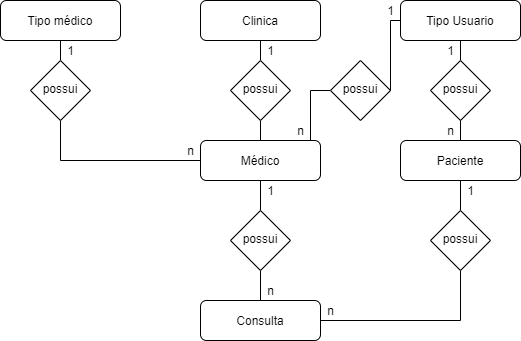
The draw.io diagram SP Medical Group/MER/Modelo conceitual.png in AnaLauraFeltrim/Exerc-cios2-semestreSQL, before a commit. Source tidied: cells renumbered, new cells last; positions are measured from the earlier drawing's top-left corner, leaving out a move shared by most shapes.
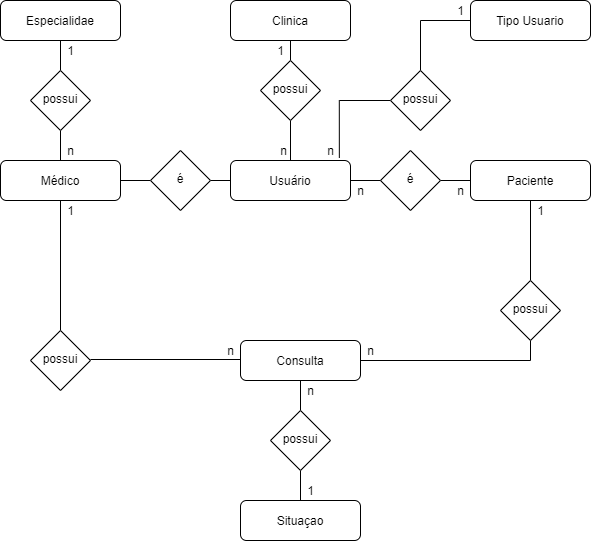
After the change.

What changed in the source:
```diff
@@ -6,112 +6,156 @@
       <mxGeometry relative="1" as="geometry" />
     </mxCell>
     <mxCell id="3" value="Clinica" style="rounded=1;whiteSpace=wrap;html=1;fontSize=12;glass=0;strokeWidth=1;shadow=0;" parent="1" vertex="1">
-      <mxGeometry x="200" width="120" height="40" as="geometry" />
+      <mxGeometry x="230" width="120" height="40" as="geometry" />
     </mxCell>
-    <mxCell id="4" style="edgeStyle=orthogonalEdgeStyle;rounded=0;jettySize=auto;html=1;exitX=0.5;exitY=1;exitDx=0;exitDy=0;entryX=0.5;entryY=0;entryDx=0;entryDy=0;endArrow=none;endFill=0;" parent="1" edge="1" source="5" target="10">
-      <mxGeometry relative="1" as="geometry" />
+    <mxCell id="4" style="edgeStyle=orthogonalEdgeStyle;rounded=0;jettySize=auto;html=1;exitX=0.5;exitY=1;exitDx=0;exitDy=0;entryX=0.5;entryY=0;entryDx=0;entryDy=0;endArrow=none;endFill=0;" parent="1" edge="1" source="5">
+      <mxGeometry relative="1" as="geometry">
+        <mxPoint x="260" y="160" as="targetPoint" />
+        <Array as="points">
+          <mxPoint x="290" y="160" />
+        </Array>
+      </mxGeometry>
     </mxCell>
     <mxCell id="5" value="possui" style="rhombus;whiteSpace=wrap;html=1;shadow=0;fontFamily=Helvetica;fontSize=12;align=center;strokeWidth=1;spacing=6;spacingTop=-4;" parent="1" vertex="1">
-      <mxGeometry x="230" y="60" width="60" height="60" as="geometry" />
+      <mxGeometry x="260" y="60" width="60" height="60" as="geometry" />
     </mxCell>
     <mxCell id="6" style="edgeStyle=orthogonalEdgeStyle;rounded=0;jettySize=auto;html=1;exitX=0.5;exitY=1;exitDx=0;exitDy=0;entryX=0.5;entryY=0;entryDx=0;entryDy=0;startArrow=none;startFill=0;endArrow=none;endFill=0;" parent="1" edge="1" source="7" target="23">
       <mxGeometry relative="1" as="geometry" />
     </mxCell>
     <mxCell id="7" value="Paciente" style="rounded=1;whiteSpace=wrap;html=1;fontSize=12;glass=0;strokeWidth=1;shadow=0;" parent="1" vertex="1">
-      <mxGeometry x="400" y="140" width="120" height="40" as="geometry" />
+      <mxGeometry x="470" y="160" width="120" height="40" as="geometry" />
     </mxCell>
-    <mxCell id="8" value="Consulta" style="rounded=1;whiteSpace=wrap;html=1;fontSize=12;glass=0;strokeWidth=1;shadow=0;" parent="1" vertex="1">
-      <mxGeometry x="200" y="300" width="120" height="40" as="geometry" />
-    </mxCell>
-    <mxCell id="9" style="edgeStyle=orthogonalEdgeStyle;rounded=0;jettySize=auto;html=1;exitX=0.5;exitY=1;exitDx=0;exitDy=0;entryX=0.5;entryY=0;entryDx=0;entryDy=0;endArrow=none;endFill=0;" parent="1" edge="1" source="10" target="17">
-      <mxGeometry relative="1" as="geometry" />
-    </mxCell>
-    <mxCell id="10" value="Médico" style="rounded=1;whiteSpace=wrap;html=1;fontSize=12;glass=0;strokeWidth=1;shadow=0;" parent="1" vertex="1">
-      <mxGeometry x="200" y="140" width="120" height="40" as="geometry" />
-    </mxCell>
     <mxCell id="11" style="edgeStyle=orthogonalEdgeStyle;rounded=0;jettySize=auto;html=1;exitX=0.5;exitY=1;exitDx=0;exitDy=0;entryX=0.5;entryY=0;entryDx=0;entryDy=0;startArrow=none;startFill=0;endArrow=none;endFill=0;" parent="1" edge="1" source="12" target="21">
       <mxGeometry relative="1" as="geometry" />
     </mxCell>
-    <mxCell id="12" value="Tipo médico" style="rounded=1;whiteSpace=wrap;html=1;fontSize=12;glass=0;strokeWidth=1;shadow=0;" parent="1" vertex="1">
+    <mxCell id="12" value="Especialidae" style="rounded=1;whiteSpace=wrap;html=1;fontSize=12;glass=0;strokeWidth=1;shadow=0;" parent="1" vertex="1">
       <mxGeometry width="120" height="40" as="geometry" />
     </mxCell>
-    <mxCell id="13" style="edgeStyle=orthogonalEdgeStyle;rounded=0;jettySize=auto;html=1;exitX=0.5;exitY=1;exitDx=0;exitDy=0;entryX=0.5;entryY=0;entryDx=0;entryDy=0;startArrow=none;startFill=0;endArrow=none;endFill=0;" parent="1" edge="1" source="15" target="19">
-      <mxGeometry relative="1" as="geometry" />
-    </mxCell>
-    <mxCell id="14" style="edgeStyle=orthogonalEdgeStyle;rounded=0;jettySize=auto;html=1;exitX=0;exitY=0.5;exitDx=0;exitDy=0;startArrow=none;startFill=0;endArrow=none;endFill=0;" parent="1" edge="1" source="28">
-      <mxGeometry relative="1" as="geometry">
-        <mxPoint x="310" y="140" as="targetPoint" />
-      </mxGeometry>
+    <mxCell id="14" style="edgeStyle=orthogonalEdgeStyle;rounded=0;jettySize=auto;html=1;exitX=0;exitY=0.5;exitDx=0;exitDy=0;startArrow=none;startFill=0;endArrow=none;endFill=0;entryX=0.907;entryY=-0.065;entryDx=0;entryDy=0;entryPerimeter=0;" parent="1" edge="1" source="28" target="40">
+      <mxGeometry relative="1" as="geometry" />
     </mxCell>
     <mxCell id="15" value="Tipo Usuario" style="rounded=1;whiteSpace=wrap;html=1;fontSize=12;glass=0;strokeWidth=1;shadow=0;" parent="1" vertex="1">
-      <mxGeometry x="400" width="120" height="40" as="geometry" />
+      <mxGeometry x="470" width="120" height="40" as="geometry" />
     </mxCell>
-    <mxCell id="16" style="edgeStyle=orthogonalEdgeStyle;rounded=0;jettySize=auto;html=1;exitX=0.5;exitY=1;exitDx=0;exitDy=0;endArrow=none;endFill=0;" parent="1" edge="1" source="17" target="8">
-      <mxGeometry relative="1" as="geometry" />
-    </mxCell>
-    <mxCell id="17" value="possui" style="rhombus;whiteSpace=wrap;html=1;shadow=0;fontFamily=Helvetica;fontSize=12;align=center;strokeWidth=1;spacing=6;spacingTop=-4;" parent="1" vertex="1">
-      <mxGeometry x="230" y="210" width="60" height="60" as="geometry" />
-    </mxCell>
-    <mxCell id="18" style="edgeStyle=orthogonalEdgeStyle;rounded=0;jettySize=auto;html=1;exitX=0.5;exitY=1;exitDx=0;exitDy=0;entryX=0.5;entryY=0;entryDx=0;entryDy=0;startArrow=none;startFill=0;endArrow=none;endFill=0;" parent="1" edge="1" source="19" target="7">
-      <mxGeometry relative="1" as="geometry" />
-    </mxCell>
-    <mxCell id="19" value="possui" style="rhombus;whiteSpace=wrap;html=1;shadow=0;fontFamily=Helvetica;fontSize=12;align=center;strokeWidth=1;spacing=6;spacingTop=-4;" parent="1" vertex="1">
-      <mxGeometry x="430" y="60" width="60" height="60" as="geometry" />
-    </mxCell>
-    <mxCell id="20" style="edgeStyle=orthogonalEdgeStyle;rounded=0;jettySize=auto;html=1;exitX=0.5;exitY=1;exitDx=0;exitDy=0;entryX=0;entryY=0.5;entryDx=0;entryDy=0;startArrow=none;startFill=0;endArrow=none;endFill=0;" parent="1" edge="1" source="21" target="10">
-      <mxGeometry relative="1" as="geometry" />
+    <mxCell id="20" style="edgeStyle=orthogonalEdgeStyle;rounded=0;jettySize=auto;html=1;exitX=0.5;exitY=1;exitDx=0;exitDy=0;entryX=0.417;entryY=0;entryDx=0;entryDy=0;entryPerimeter=0;endArrow=none;endFill=0;" parent="1" edge="1" source="21" target="10">
+      <mxGeometry relative="1" as="geometry">
+        <Array as="points">
+          <mxPoint x="60" y="160" />
+        </Array>
+      </mxGeometry>
     </mxCell>
     <mxCell id="21" value="possui" style="rhombus;whiteSpace=wrap;html=1;shadow=0;fontFamily=Helvetica;fontSize=12;align=center;strokeWidth=1;spacing=6;spacingTop=-4;" parent="1" vertex="1">
-      <mxGeometry x="30" y="60" width="60" height="60" as="geometry" />
+      <mxGeometry x="30" y="70" width="60" height="60" as="geometry" />
     </mxCell>
-    <mxCell id="22" style="edgeStyle=orthogonalEdgeStyle;rounded=0;jettySize=auto;html=1;exitX=0.5;exitY=1;exitDx=0;exitDy=0;entryX=1;entryY=0.5;entryDx=0;entryDy=0;startArrow=none;startFill=0;endArrow=none;endFill=0;" parent="1" edge="1" source="23" target="8">
+    <mxCell id="22" style="edgeStyle=orthogonalEdgeStyle;rounded=0;jettySize=auto;html=1;exitX=0.5;exitY=1;exitDx=0;exitDy=0;entryX=1;entryY=0.5;entryDx=0;entryDy=0;endArrow=none;endFill=0;" parent="1" edge="1" source="23" target="8">
       <mxGeometry relative="1" as="geometry" />
     </mxCell>
     <mxCell id="23" value="possui" style="rhombus;whiteSpace=wrap;html=1;shadow=0;fontFamily=Helvetica;fontSize=12;align=center;strokeWidth=1;spacing=6;spacingTop=-4;" parent="1" vertex="1">
-      <mxGeometry x="430" y="210" width="60" height="60" as="geometry" />
+      <mxGeometry x="500" y="280" width="60" height="60" as="geometry" />
     </mxCell>
-    <mxCell id="24" value="1" style="text;html=1;align=center;verticalAlign=middle;" parent="1" vertex="1">
-      <mxGeometry x="60" y="40" width="20" height="20" as="geometry" />
-    </mxCell>
     <mxCell id="25" value="n" style="text;html=1;align=center;verticalAlign=middle;" parent="1" vertex="1">
-      <mxGeometry x="180" y="140" width="20" height="20" as="geometry" />
+      <mxGeometry x="220" y="340" width="20" height="20" as="geometry" />
     </mxCell>
     <mxCell id="26" value="1" style="text;html=1;align=center;verticalAlign=middle;" parent="1" vertex="1">
-      <mxGeometry x="260" y="40" width="20" height="20" as="geometry" />
+      <mxGeometry x="270" y="40" width="20" height="20" as="geometry" />
     </mxCell>
-    <mxCell id="27" value="1" style="text;html=1;align=center;verticalAlign=middle;" parent="1" vertex="1">
-      <mxGeometry x="440" y="40" width="20" height="20" as="geometry" />
-    </mxCell>
+    <mxCell id="37" style="edgeStyle=orthogonalEdgeStyle;rounded=0;jettySize=auto;html=1;exitX=0.5;exitY=0;exitDx=0;exitDy=0;entryX=0;entryY=0.5;entryDx=0;entryDy=0;endArrow=none;endFill=0;" parent="1" edge="1" source="28" target="15">
+      <mxGeometry relative="1" as="geometry" />
+    </mxCell>
     <mxCell id="28" value="possui" style="rhombus;whiteSpace=wrap;html=1;shadow=0;fontFamily=Helvetica;fontSize=12;align=center;strokeWidth=1;spacing=6;spacingTop=-4;" parent="1" vertex="1">
-      <mxGeometry x="330" y="60" width="60" height="60" as="geometry" />
+      <mxGeometry x="390" y="70" width="60" height="60" as="geometry" />
     </mxCell>
-    <mxCell id="29" style="edgeStyle=orthogonalEdgeStyle;rounded=0;jettySize=auto;html=1;exitX=0;exitY=0.5;exitDx=0;exitDy=0;entryX=1;entryY=0.5;entryDx=0;entryDy=0;startArrow=none;startFill=0;endArrow=none;endFill=0;" parent="1" edge="1" source="15" target="28">
-      <mxGeometry relative="1" as="geometry">
-        <Array as="points">
-          <mxPoint x="390" y="20" />
-        </Array>
-      </mxGeometry>
-    </mxCell>
     <mxCell id="30" value="1" style="text;html=1;align=center;verticalAlign=middle;" parent="1" vertex="1">
-      <mxGeometry x="380" width="20" height="20" as="geometry" />
+      <mxGeometry x="450" width="20" height="20" as="geometry" />
     </mxCell>
-    <mxCell id="31" value="1" style="text;html=1;align=center;verticalAlign=middle;" parent="1" vertex="1">
-      <mxGeometry x="460" y="180" width="20" height="20" as="geometry" />
-    </mxCell>
     <mxCell id="32" value="1" style="text;html=1;align=center;verticalAlign=middle;" parent="1" vertex="1">
       <mxGeometry x="260" y="180" width="20" height="20" as="geometry" />
     </mxCell>
-    <mxCell id="33" value="n" style="text;html=1;align=center;verticalAlign=middle;" parent="1" vertex="1">
-      <mxGeometry x="260" y="280" width="20" height="20" as="geometry" />
-    </mxCell>
-    <mxCell id="34" value="n" style="text;html=1;align=center;verticalAlign=middle;" parent="1" vertex="1">
-      <mxGeometry x="320" y="300" width="20" height="20" as="geometry" />
-    </mxCell>
     <mxCell id="35" value="n" style="text;html=1;align=center;verticalAlign=middle;" parent="1" vertex="1">
-      <mxGeometry x="290" y="120" width="20" height="20" as="geometry" />
+      <mxGeometry x="273" y="140" width="20" height="20" as="geometry" />
     </mxCell>
-    <mxCell id="36" value="n" style="text;html=1;align=center;verticalAlign=middle;" parent="1" vertex="1">
-      <mxGeometry x="440" y="120" width="20" height="20" as="geometry" />
-    </mxCell>
+    <mxCell id="38" style="edgeStyle=orthogonalEdgeStyle;rounded=0;jettySize=auto;html=1;exitX=1;exitY=0.5;exitDx=0;exitDy=0;" parent="1" edge="1" source="40">
+      <mxGeometry relative="1" as="geometry">
+        <mxPoint x="400" y="180" as="targetPoint" />
+      </mxGeometry>
+    </mxCell>
+    <mxCell id="39" style="edgeStyle=orthogonalEdgeStyle;rounded=0;jettySize=auto;html=1;exitX=0;exitY=0.5;exitDx=0;exitDy=0;entryX=1;entryY=0.5;entryDx=0;entryDy=0;endArrow=none;endFill=0;" parent="1" edge="1" source="40" target="51">
+      <mxGeometry relative="1" as="geometry" />
+    </mxCell>
+    <mxCell id="40" value="Usuário" style="rounded=1;whiteSpace=wrap;html=1;fontSize=12;glass=0;strokeWidth=1;shadow=0;" parent="1" vertex="1">
+      <mxGeometry x="230" y="160" width="120" height="40" as="geometry" />
+    </mxCell>
+    <mxCell id="41" style="edgeStyle=orthogonalEdgeStyle;rounded=0;jettySize=auto;html=1;exitX=0.5;exitY=1;exitDx=0;exitDy=0;entryX=0.5;entryY=0;entryDx=0;entryDy=0;endArrow=none;endFill=0;" parent="1" edge="1" source="10" target="46">
+      <mxGeometry relative="1" as="geometry" />
+    </mxCell>
+    <mxCell id="42" style="edgeStyle=orthogonalEdgeStyle;rounded=0;jettySize=auto;html=1;exitX=1;exitY=0.5;exitDx=0;exitDy=0;entryX=0;entryY=0.5;entryDx=0;entryDy=0;endArrow=none;endFill=0;" parent="1" edge="1" source="10" target="51">
+      <mxGeometry relative="1" as="geometry" />
+    </mxCell>
+    <mxCell id="10" value="Médico" style="rounded=1;whiteSpace=wrap;html=1;fontSize=12;glass=0;strokeWidth=1;shadow=0;" parent="1" vertex="1">
+      <mxGeometry y="160" width="120" height="40" as="geometry" />
+    </mxCell>
+    <mxCell id="43" style="edgeStyle=orthogonalEdgeStyle;rounded=0;jettySize=auto;html=1;exitX=1;exitY=0.5;exitDx=0;exitDy=0;entryX=0;entryY=0.5;entryDx=0;entryDy=0;endArrow=none;endFill=0;" parent="1" edge="1" source="44" target="7">
+      <mxGeometry relative="1" as="geometry" />
+    </mxCell>
+    <mxCell id="44" value="é" style="rhombus;whiteSpace=wrap;html=1;shadow=0;fontFamily=Helvetica;fontSize=12;align=center;strokeWidth=1;spacing=6;spacingTop=-4;" parent="1" vertex="1">
+      <mxGeometry x="380" y="150" width="60" height="60" as="geometry" />
+    </mxCell>
+    <mxCell id="45" style="edgeStyle=orthogonalEdgeStyle;rounded=0;orthogonalLoop=1;jettySize=auto;html=1;exitX=1;exitY=0.5;exitDx=0;exitDy=0;entryX=0;entryY=0.5;entryDx=0;entryDy=0;endArrow=none;endFill=0;" parent="1" edge="1">
+      <mxGeometry relative="1" as="geometry">
+        <mxPoint x="90" y="359" as="sourcePoint" />
+        <mxPoint x="240" y="359" as="targetPoint" />
+      </mxGeometry>
+    </mxCell>
+    <mxCell id="46" value="possui" style="rhombus;whiteSpace=wrap;html=1;shadow=0;fontFamily=Helvetica;fontSize=12;align=center;strokeWidth=1;spacing=6;spacingTop=-4;" parent="1" vertex="1">
+      <mxGeometry x="30" y="330" width="60" height="60" as="geometry" />
+    </mxCell>
+    <mxCell id="47" style="edgeStyle=orthogonalEdgeStyle;rounded=0;jettySize=auto;html=1;exitX=0.5;exitY=1;exitDx=0;exitDy=0;entryX=0.5;entryY=0;entryDx=0;entryDy=0;endArrow=none;endFill=0;" parent="1" edge="1" source="8" target="50">
+      <mxGeometry relative="1" as="geometry" />
+    </mxCell>
+    <mxCell id="8" value="Consulta" style="rounded=1;whiteSpace=wrap;html=1;fontSize=12;glass=0;strokeWidth=1;shadow=0;" parent="1" vertex="1">
+      <mxGeometry x="240" y="340" width="120" height="40" as="geometry" />
+    </mxCell>
+    <mxCell id="48" style="edgeStyle=orthogonalEdgeStyle;rounded=0;jettySize=auto;html=1;exitX=0.5;exitY=0;exitDx=0;exitDy=0;entryX=0.5;entryY=1;entryDx=0;entryDy=0;endArrow=none;endFill=0;" parent="1" edge="1" source="49" target="50">
+      <mxGeometry relative="1" as="geometry" />
+    </mxCell>
+    <mxCell id="49" value="Situaçao" style="rounded=1;whiteSpace=wrap;html=1;fontSize=12;glass=0;strokeWidth=1;shadow=0;" parent="1" vertex="1">
+      <mxGeometry x="240" y="500" width="120" height="40" as="geometry" />
+    </mxCell>
+    <mxCell id="50" value="possui" style="rhombus;whiteSpace=wrap;html=1;shadow=0;fontFamily=Helvetica;fontSize=12;align=center;strokeWidth=1;spacing=6;spacingTop=-4;" parent="1" vertex="1">
+      <mxGeometry x="270" y="410" width="60" height="60" as="geometry" />
+    </mxCell>
+    <mxCell id="51" value="é" style="rhombus;whiteSpace=wrap;html=1;shadow=0;fontFamily=Helvetica;fontSize=12;align=center;strokeWidth=1;spacing=6;spacingTop=-4;" parent="1" vertex="1">
+      <mxGeometry x="150" y="150" width="60" height="60" as="geometry" />
+    </mxCell>
+    <mxCell id="24" value="1" style="text;html=1;align=center;verticalAlign=middle;" parent="1" vertex="1">
+      <mxGeometry x="60" y="40" width="20" height="20" as="geometry" />
+    </mxCell>
+    <mxCell id="52" value="n" style="text;html=1;align=center;verticalAlign=middle;" parent="1" vertex="1">
+      <mxGeometry x="60" y="140" width="20" height="20" as="geometry" />
+    </mxCell>
+    <mxCell id="53" value="n" style="text;html=1;align=center;verticalAlign=middle;" parent="1" vertex="1">
+      <mxGeometry x="320" y="140" width="20" height="20" as="geometry" />
+    </mxCell>
+    <mxCell id="54" value="n" style="text;html=1;align=center;verticalAlign=middle;" parent="1" vertex="1">
+      <mxGeometry x="350" y="180" width="20" height="20" as="geometry" />
+    </mxCell>
+    <mxCell id="55" value="n" style="text;html=1;align=center;verticalAlign=middle;" parent="1" vertex="1">
+      <mxGeometry x="450" y="180" width="20" height="20" as="geometry" />
+    </mxCell>
+    <mxCell id="56" value="1" style="text;html=1;align=center;verticalAlign=middle;" parent="1" vertex="1">
+      <mxGeometry x="530" y="200" width="20" height="20" as="geometry" />
+    </mxCell>
+    <mxCell id="57" value="n" style="text;html=1;align=center;verticalAlign=middle;" parent="1" vertex="1">
+      <mxGeometry x="360" y="340" width="20" height="20" as="geometry" />
+    </mxCell>
+    <mxCell id="58" value="1" style="text;html=1;align=center;verticalAlign=middle;" parent="1" vertex="1">
+      <mxGeometry x="60" y="200" width="20" height="20" as="geometry" />
+    </mxCell>
+    <mxCell id="59" value="n" style="text;html=1;align=center;verticalAlign=middle;" parent="1" vertex="1">
+      <mxGeometry x="300" y="380" width="20" height="20" as="geometry" />
+    </mxCell>
+    <mxCell id="60" value="1" style="text;html=1;align=center;verticalAlign=middle;" parent="1" vertex="1">
+      <mxGeometry x="300" y="480" width="20" height="20" as="geometry" />
+    </mxCell>
   </root>
 </mxGraphModel>
```
